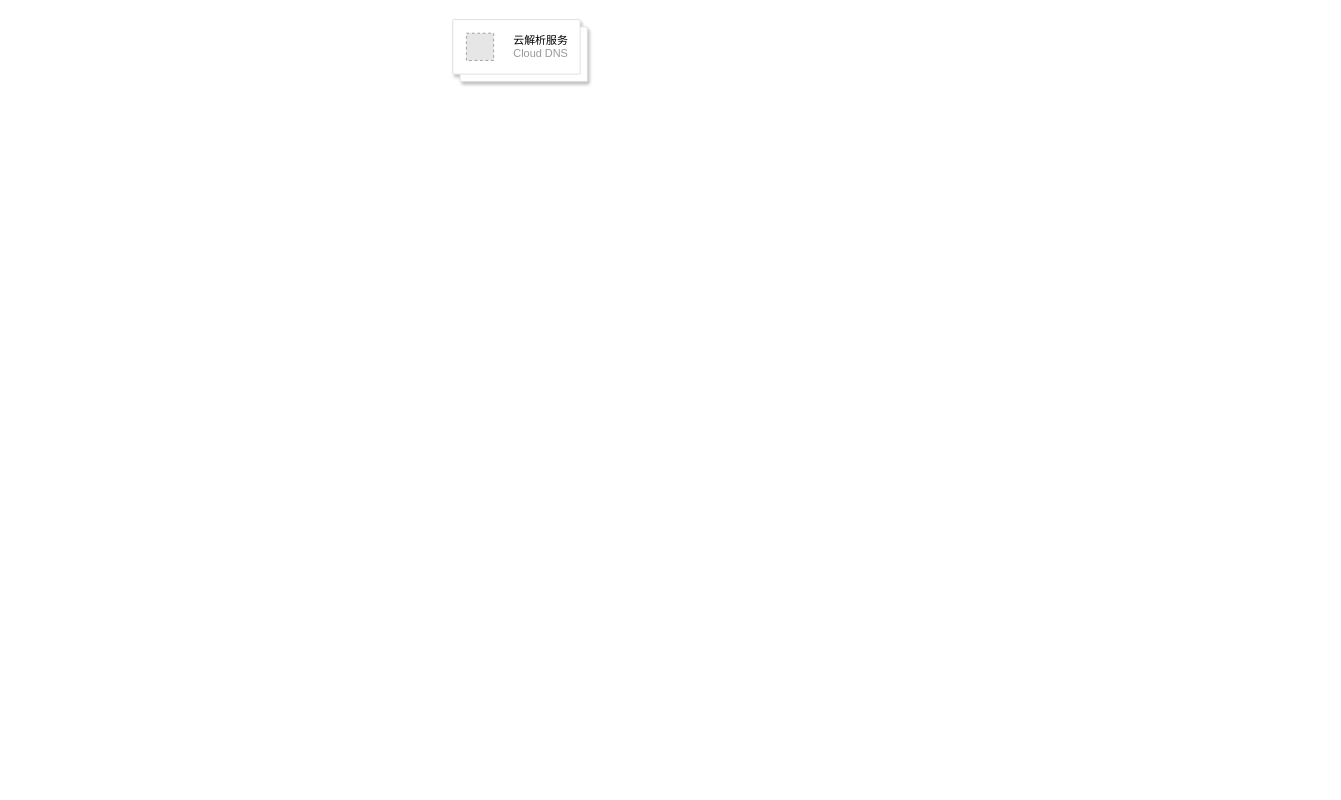
The draw.io diagram 洋臣架构.drawio in MyselfblueKAMI/drawpub, before the edit. Source tidied: cells renumbered, new cells numbered last; positions are measured from the earlier drawing's top-left corner, leaving out a move shared by most shapes. Both pictures are drawn from the tidied source at 91%, with x=0, y=0 at pixel (452, 19). Pictures stored in the file or linked from it are replaced by grey dashed boxes.
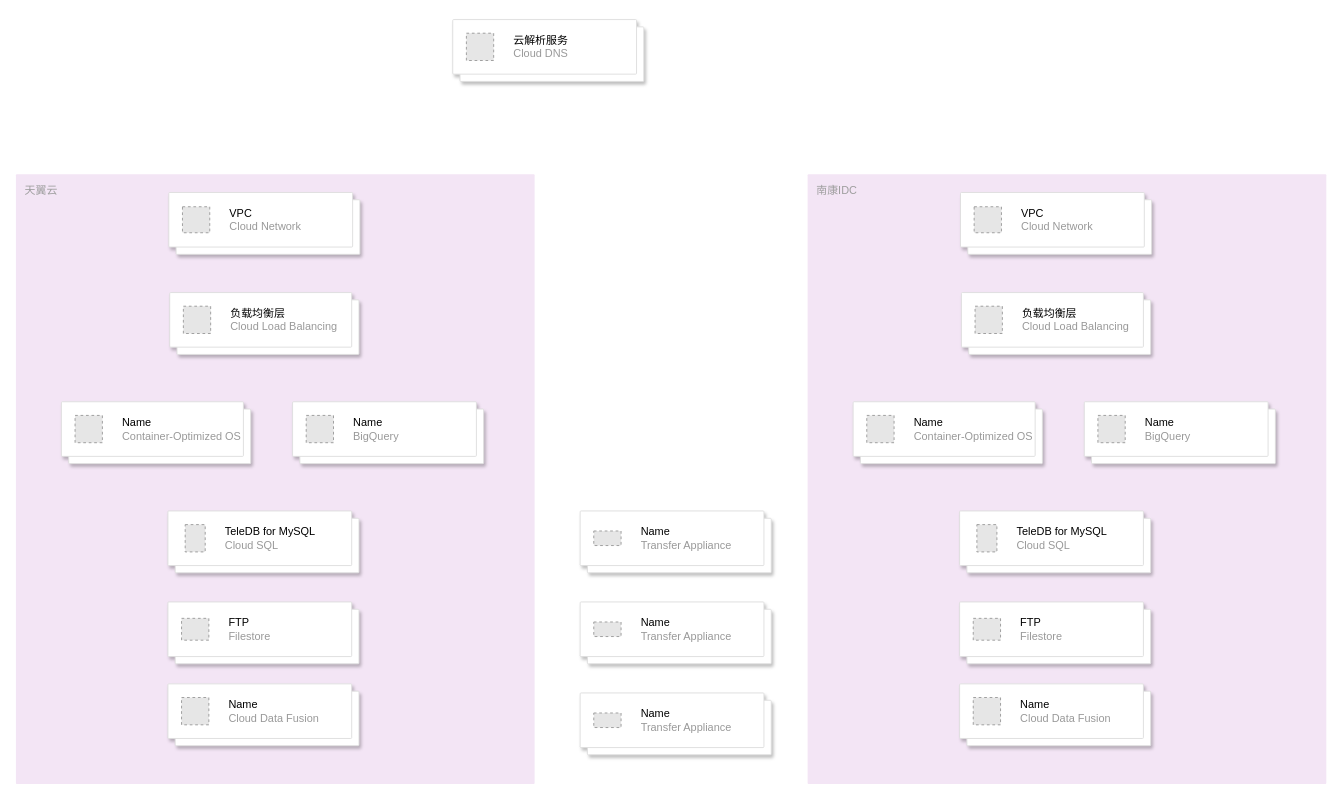
After the change.

Commit message:
更新洋臣架构.drawio

Diff of the diagram source:
```diff
@@
     <mxCell id="2" style="shape=mxgraph.gcp2.doubleRect;fillColor=#ffffff;strokeColor=#dddddd;shadow=1;strokeWidth=1;rounded=1;absoluteArcSize=1;arcSize=2;" parent="1" vertex="1">
-      <mxGeometry width="148" height="68" as="geometry" />
+      <mxGeometry width="210" height="68" as="geometry" />
     </mxCell>
-    <mxCell id="3" value="&lt;font color=&quot;#000000&quot;&gt;云解析服务&lt;/font&gt;&lt;br&gt;Cloud DNS" style="fillColor=#E6E6E6;strokeColor=#999999;dashed=1;html=1;fontColor=#999999;verticalLabelPosition=middle;verticalAlign=middle;labelPosition=right;align=left;spacingLeft=20;" parent="2" vertex="1">
+    <mxCell id="3" value="&lt;font color=&quot;#000000&quot;&gt;云解析服务&lt;/font&gt;&lt;br&gt;Cloud DNS" style="fillColor=#E6E6E6;strokeColor=#999999;dashed=1;html=1;fontColor=#999999;verticalLabelPosition=middle;verticalAlign=middle;labelPosition=right;align=left;spacingLeft=20;labelBackgroundColor=none;" parent="2" vertex="1">
       <mxGeometry width="30" height="30" relative="1" as="geometry">
         <mxPoint x="15" y="15" as="offset" />
       </mxGeometry>
     </mxCell>
+    <mxCell id="4" value="天翼云" style="sketch=0;rounded=1;absoluteArcSize=1;arcSize=2;html=1;strokeColor=none;gradientColor=none;shadow=0;dashed=0;fontSize=12;fontColor=#9E9E9E;align=left;verticalAlign=top;spacing=10;spacingTop=-4;whiteSpace=wrap;fillColor=#F3E5F5;" parent="1" vertex="1">
+      <mxGeometry x="-480" y="170" width="570" height="670" as="geometry" />
+    </mxCell>
+    <mxCell id="5" style="shape=mxgraph.gcp2.doubleRect;fillColor=#ffffff;strokeColor=#dddddd;shadow=1;strokeWidth=1;rounded=1;absoluteArcSize=1;arcSize=2;" parent="1" vertex="1">
+      <mxGeometry x="-312" y="190" width="210" height="68" as="geometry" />
+    </mxCell>
+    <mxCell id="6" value="&lt;font color=&quot;#000000&quot;&gt;VPC&lt;/font&gt;&lt;br&gt;Cloud Network" style="fillColor=#E6E6E6;strokeColor=#999999;dashed=1;html=1;fontColor=#999999;verticalLabelPosition=middle;verticalAlign=middle;labelPosition=right;align=left;spacingLeft=20;" parent="5" vertex="1">
+      <mxGeometry width="30" height="28.57" relative="1" as="geometry">
+        <mxPoint x="15" y="15.7" as="offset" />
+      </mxGeometry>
+    </mxCell>
+    <mxCell id="7" style="shape=mxgraph.gcp2.doubleRect;fillColor=#ffffff;strokeColor=#dddddd;shadow=1;strokeWidth=1;rounded=1;absoluteArcSize=1;arcSize=2;" parent="1" vertex="1">
+      <mxGeometry x="-311" y="300" width="208" height="68" as="geometry" />
+    </mxCell>
+    <mxCell id="8" value="&lt;font color=&quot;#000000&quot;&gt;负载均衡层&lt;/font&gt;&lt;br&gt;Cloud Load Balancing" style="fillColor=#E6E6E6;strokeColor=#999999;dashed=1;html=1;fontColor=#999999;verticalLabelPosition=middle;verticalAlign=middle;labelPosition=right;align=left;spacingLeft=20;" parent="7" vertex="1">
+      <mxGeometry width="30" height="30" relative="1" as="geometry">
+        <mxPoint x="15" y="15" as="offset" />
+      </mxGeometry>
+    </mxCell>
+    <mxCell id="9" style="shape=mxgraph.gcp2.doubleRect;fillColor=#ffffff;strokeColor=#dddddd;shadow=1;strokeWidth=1;rounded=1;absoluteArcSize=1;arcSize=2;" parent="1" vertex="1">
+      <mxGeometry x="-313" y="540" width="210" height="68" as="geometry" />
+    </mxCell>
+    <mxCell id="10" value="&lt;font color=&quot;#000000&quot;&gt;TeleDB for MySQL&lt;/font&gt;&lt;br&gt;Cloud SQL" style="fillColor=#E6E6E6;strokeColor=#999999;dashed=1;html=1;fontColor=#999999;verticalLabelPosition=middle;verticalAlign=middle;labelPosition=right;align=left;spacingLeft=20;" parent="9" vertex="1">
+      <mxGeometry width="22" height="30" relative="1" as="geometry">
+        <mxPoint x="19" y="15" as="offset" />
+      </mxGeometry>
+    </mxCell>
+    <mxCell id="11" style="shape=mxgraph.gcp2.doubleRect;fillColor=#ffffff;strokeColor=#dddddd;shadow=1;strokeWidth=1;rounded=1;absoluteArcSize=1;arcSize=2;" parent="1" vertex="1">
+      <mxGeometry x="-313" y="640" width="210" height="68" as="geometry" />
+    </mxCell>
+    <mxCell id="12" value="&lt;font color=&quot;#000000&quot;&gt;FTP&lt;/font&gt;&lt;br&gt;Filestore" style="fillColor=#E6E6E6;strokeColor=#999999;dashed=1;html=1;fontColor=#999999;verticalLabelPosition=middle;verticalAlign=middle;labelPosition=right;align=left;spacingLeft=20;" parent="11" vertex="1">
+      <mxGeometry width="30" height="24" relative="1" as="geometry">
+        <mxPoint x="15" y="18" as="offset" />
+      </mxGeometry>
+    </mxCell>
+    <mxCell id="13" style="shape=mxgraph.gcp2.doubleRect;fillColor=#ffffff;strokeColor=#dddddd;shadow=1;strokeWidth=1;rounded=1;absoluteArcSize=1;arcSize=2;" parent="1" vertex="1">
+      <mxGeometry x="140" y="540" width="210" height="68" as="geometry" />
+    </mxCell>
+    <mxCell id="14" value="&lt;font color=&quot;#000000&quot;&gt;Name&lt;/font&gt;&lt;br&gt;Transfer Appliance" style="fillColor=#E6E6E6;strokeColor=#999999;dashed=1;html=1;fontColor=#999999;verticalLabelPosition=middle;verticalAlign=middle;labelPosition=right;align=left;spacingLeft=20;labelBackgroundColor=none;" parent="13" vertex="1">
+      <mxGeometry width="30" height="16" relative="1" as="geometry">
+        <mxPoint x="15" y="22" as="offset" />
+      </mxGeometry>
+    </mxCell>
+    <mxCell id="15" style="shape=mxgraph.gcp2.doubleRect;fillColor=#ffffff;strokeColor=#dddddd;shadow=1;strokeWidth=1;rounded=1;absoluteArcSize=1;arcSize=2;" parent="1" vertex="1">
+      <mxGeometry x="-430" y="420" width="208" height="68" as="geometry" />
+    </mxCell>
+    <mxCell id="16" value="&lt;font color=&quot;#000000&quot;&gt;Name&lt;/font&gt;&lt;br&gt;Container-Optimized OS" style="fillColor=#E6E6E6;strokeColor=#999999;dashed=1;html=1;fontColor=#999999;verticalLabelPosition=middle;verticalAlign=middle;labelPosition=right;align=left;spacingLeft=20;" parent="15" vertex="1">
+      <mxGeometry width="30" height="30" relative="1" as="geometry">
+        <mxPoint x="15" y="15" as="offset" />
+      </mxGeometry>
+    </mxCell>
+    <mxCell id="17" style="shape=mxgraph.gcp2.doubleRect;fillColor=#ffffff;strokeColor=#dddddd;shadow=1;strokeWidth=1;rounded=1;absoluteArcSize=1;arcSize=2;" parent="1" vertex="1">
+      <mxGeometry x="-313" y="730" width="210" height="68" as="geometry" />
+    </mxCell>
+    <mxCell id="18" value="&lt;font color=&quot;#000000&quot;&gt;Name&lt;/font&gt;&lt;br&gt;Cloud Data Fusion" style="fillColor=#E6E6E6;strokeColor=#999999;dashed=1;html=1;fontColor=#999999;verticalLabelPosition=middle;verticalAlign=middle;labelPosition=right;align=left;spacingLeft=20;" parent="17" vertex="1">
+      <mxGeometry width="30" height="30" relative="1" as="geometry">
+        <mxPoint x="15" y="15" as="offset" />
+      </mxGeometry>
+    </mxCell>
+    <mxCell id="19" style="shape=mxgraph.gcp2.doubleRect;fillColor=#ffffff;strokeColor=#dddddd;shadow=1;strokeWidth=1;rounded=1;absoluteArcSize=1;arcSize=2;" parent="1" vertex="1">
+      <mxGeometry x="-176" y="420" width="210" height="68" as="geometry" />
+    </mxCell>
+    <mxCell id="20" value="&lt;font color=&quot;#000000&quot;&gt;Name&lt;/font&gt;&lt;br&gt;BigQuery" style="fillColor=#E6E6E6;strokeColor=#999999;dashed=1;html=1;fontColor=#999999;verticalLabelPosition=middle;verticalAlign=middle;labelPosition=right;align=left;spacingLeft=20;" parent="19" vertex="1">
+      <mxGeometry width="30" height="30" relative="1" as="geometry">
+        <mxPoint x="15" y="15" as="offset" />
+      </mxGeometry>
+    </mxCell>
+    <mxCell id="21" style="shape=mxgraph.gcp2.doubleRect;fillColor=#ffffff;strokeColor=#dddddd;shadow=1;strokeWidth=1;rounded=1;absoluteArcSize=1;arcSize=2;" parent="1" vertex="1">
+      <mxGeometry x="140" y="640" width="210" height="68" as="geometry" />
+    </mxCell>
+    <mxCell id="22" value="&lt;font color=&quot;#000000&quot;&gt;Name&lt;/font&gt;&lt;br&gt;Transfer Appliance" style="fillColor=#E6E6E6;strokeColor=#999999;dashed=1;html=1;fontColor=#999999;verticalLabelPosition=middle;verticalAlign=middle;labelPosition=right;align=left;spacingLeft=20;labelBackgroundColor=none;" parent="21" vertex="1">
+      <mxGeometry width="30" height="16" relative="1" as="geometry">
+        <mxPoint x="15" y="22" as="offset" />
+      </mxGeometry>
+    </mxCell>
+    <mxCell id="23" style="shape=mxgraph.gcp2.doubleRect;fillColor=#ffffff;strokeColor=#dddddd;shadow=1;strokeWidth=1;rounded=1;absoluteArcSize=1;arcSize=2;" parent="1" vertex="1">
+      <mxGeometry x="140" y="740" width="210" height="68" as="geometry" />
+    </mxCell>
+    <mxCell id="24" value="&lt;font color=&quot;#000000&quot;&gt;Name&lt;/font&gt;&lt;br&gt;Transfer Appliance" style="fillColor=#E6E6E6;strokeColor=#999999;dashed=1;html=1;fontColor=#999999;verticalLabelPosition=middle;verticalAlign=middle;labelPosition=right;align=left;spacingLeft=20;labelBackgroundColor=none;" parent="23" vertex="1">
+      <mxGeometry width="30" height="16" relative="1" as="geometry">
+        <mxPoint x="15" y="22" as="offset" />
+      </mxGeometry>
+    </mxCell>
+    <mxCell id="25" value="南康IDC" style="sketch=0;rounded=1;absoluteArcSize=1;arcSize=2;html=1;strokeColor=none;gradientColor=none;shadow=0;dashed=0;fontSize=12;fontColor=#9E9E9E;align=left;verticalAlign=top;spacing=10;spacingTop=-4;whiteSpace=wrap;fillColor=#F3E5F5;" parent="1" vertex="1">
+      <mxGeometry x="390" y="170" width="570" height="670" as="geometry" />
+    </mxCell>
+    <mxCell id="26" style="shape=mxgraph.gcp2.doubleRect;fillColor=#ffffff;strokeColor=#dddddd;shadow=1;strokeWidth=1;rounded=1;absoluteArcSize=1;arcSize=2;" parent="1" vertex="1">
+      <mxGeometry x="558" y="190" width="210" height="68" as="geometry" />
+    </mxCell>
+    <mxCell id="27" value="&lt;font color=&quot;#000000&quot;&gt;VPC&lt;/font&gt;&lt;br&gt;Cloud Network" style="fillColor=#E6E6E6;strokeColor=#999999;dashed=1;html=1;fontColor=#999999;verticalLabelPosition=middle;verticalAlign=middle;labelPosition=right;align=left;spacingLeft=20;" parent="26" vertex="1">
+      <mxGeometry width="30" height="28.57" relative="1" as="geometry">
+        <mxPoint x="15" y="15.7" as="offset" />
+      </mxGeometry>
+    </mxCell>
+    <mxCell id="28" style="shape=mxgraph.gcp2.doubleRect;fillColor=#ffffff;strokeColor=#dddddd;shadow=1;strokeWidth=1;rounded=1;absoluteArcSize=1;arcSize=2;" parent="1" vertex="1">
+      <mxGeometry x="559" y="300" width="208" height="68" as="geometry" />
+    </mxCell>
+    <mxCell id="29" value="&lt;font color=&quot;#000000&quot;&gt;负载均衡层&lt;/font&gt;&lt;br&gt;Cloud Load Balancing" style="fillColor=#E6E6E6;strokeColor=#999999;dashed=1;html=1;fontColor=#999999;verticalLabelPosition=middle;verticalAlign=middle;labelPosition=right;align=left;spacingLeft=20;" parent="28" vertex="1">
+      <mxGeometry width="30" height="30" relative="1" as="geometry">
+        <mxPoint x="15" y="15" as="offset" />
+      </mxGeometry>
+    </mxCell>
+    <mxCell id="30" style="shape=mxgraph.gcp2.doubleRect;fillColor=#ffffff;strokeColor=#dddddd;shadow=1;strokeWidth=1;rounded=1;absoluteArcSize=1;arcSize=2;" parent="1" vertex="1">
+      <mxGeometry x="557" y="540" width="210" height="68" as="geometry" />
+    </mxCell>
+    <mxCell id="31" value="&lt;font color=&quot;#000000&quot;&gt;TeleDB for MySQL&lt;/font&gt;&lt;br&gt;Cloud SQL" style="fillColor=#E6E6E6;strokeColor=#999999;dashed=1;html=1;fontColor=#999999;verticalLabelPosition=middle;verticalAlign=middle;labelPosition=right;align=left;spacingLeft=20;" parent="30" vertex="1">
+      <mxGeometry width="22" height="30" relative="1" as="geometry">
+        <mxPoint x="19" y="15" as="offset" />
+      </mxGeometry>
+    </mxCell>
+    <mxCell id="32" style="shape=mxgraph.gcp2.doubleRect;fillColor=#ffffff;strokeColor=#dddddd;shadow=1;strokeWidth=1;rounded=1;absoluteArcSize=1;arcSize=2;" parent="1" vertex="1">
+      <mxGeometry x="557" y="640" width="210" height="68" as="geometry" />
+    </mxCell>
+    <mxCell id="33" value="&lt;font color=&quot;#000000&quot;&gt;FTP&lt;/font&gt;&lt;br&gt;Filestore" style="fillColor=#E6E6E6;strokeColor=#999999;dashed=1;html=1;fontColor=#999999;verticalLabelPosition=middle;verticalAlign=middle;labelPosition=right;align=left;spacingLeft=20;" parent="32" vertex="1">
+      <mxGeometry width="30" height="24" relative="1" as="geometry">
+        <mxPoint x="15" y="18" as="offset" />
+      </mxGeometry>
+    </mxCell>
+    <mxCell id="34" style="shape=mxgraph.gcp2.doubleRect;fillColor=#ffffff;strokeColor=#dddddd;shadow=1;strokeWidth=1;rounded=1;absoluteArcSize=1;arcSize=2;" parent="1" vertex="1">
+      <mxGeometry x="440" y="420" width="208" height="68" as="geometry" />
+    </mxCell>
+    <mxCell id="35" value="&lt;font color=&quot;#000000&quot;&gt;Name&lt;/font&gt;&lt;br&gt;Container-Optimized OS" style="fillColor=#E6E6E6;strokeColor=#999999;dashed=1;html=1;fontColor=#999999;verticalLabelPosition=middle;verticalAlign=middle;labelPosition=right;align=left;spacingLeft=20;" parent="34" vertex="1">
+      <mxGeometry width="30" height="30" relative="1" as="geometry">
+        <mxPoint x="15" y="15" as="offset" />
+      </mxGeometry>
+    </mxCell>
+    <mxCell id="36" style="shape=mxgraph.gcp2.doubleRect;fillColor=#ffffff;strokeColor=#dddddd;shadow=1;strokeWidth=1;rounded=1;absoluteArcSize=1;arcSize=2;" parent="1" vertex="1">
+      <mxGeometry x="557" y="730" width="210" height="68" as="geometry" />
+    </mxCell>
+    <mxCell id="37" value="&lt;font color=&quot;#000000&quot;&gt;Name&lt;/font&gt;&lt;br&gt;Cloud Data Fusion" style="fillColor=#E6E6E6;strokeColor=#999999;dashed=1;html=1;fontColor=#999999;verticalLabelPosition=middle;verticalAlign=middle;labelPosition=right;align=left;spacingLeft=20;" parent="36" vertex="1">
+      <mxGeometry width="30" height="30" relative="1" as="geometry">
+        <mxPoint x="15" y="15" as="offset" />
+      </mxGeometry>
+    </mxCell>
+    <mxCell id="38" style="shape=mxgraph.gcp2.doubleRect;fillColor=#ffffff;strokeColor=#dddddd;shadow=1;strokeWidth=1;rounded=1;absoluteArcSize=1;arcSize=2;" parent="1" vertex="1">
+      <mxGeometry x="694" y="420" width="210" height="68" as="geometry" />
+    </mxCell>
+    <mxCell id="39" value="&lt;font color=&quot;#000000&quot;&gt;Name&lt;/font&gt;&lt;br&gt;BigQuery" style="fillColor=#E6E6E6;strokeColor=#999999;dashed=1;html=1;fontColor=#999999;verticalLabelPosition=middle;verticalAlign=middle;labelPosition=right;align=left;spacingLeft=20;" parent="38" vertex="1">
+      <mxGeometry width="30" height="30" relative="1" as="geometry">
+        <mxPoint x="15" y="15" as="offset" />
+      </mxGeometry>
+    </mxCell>
```
